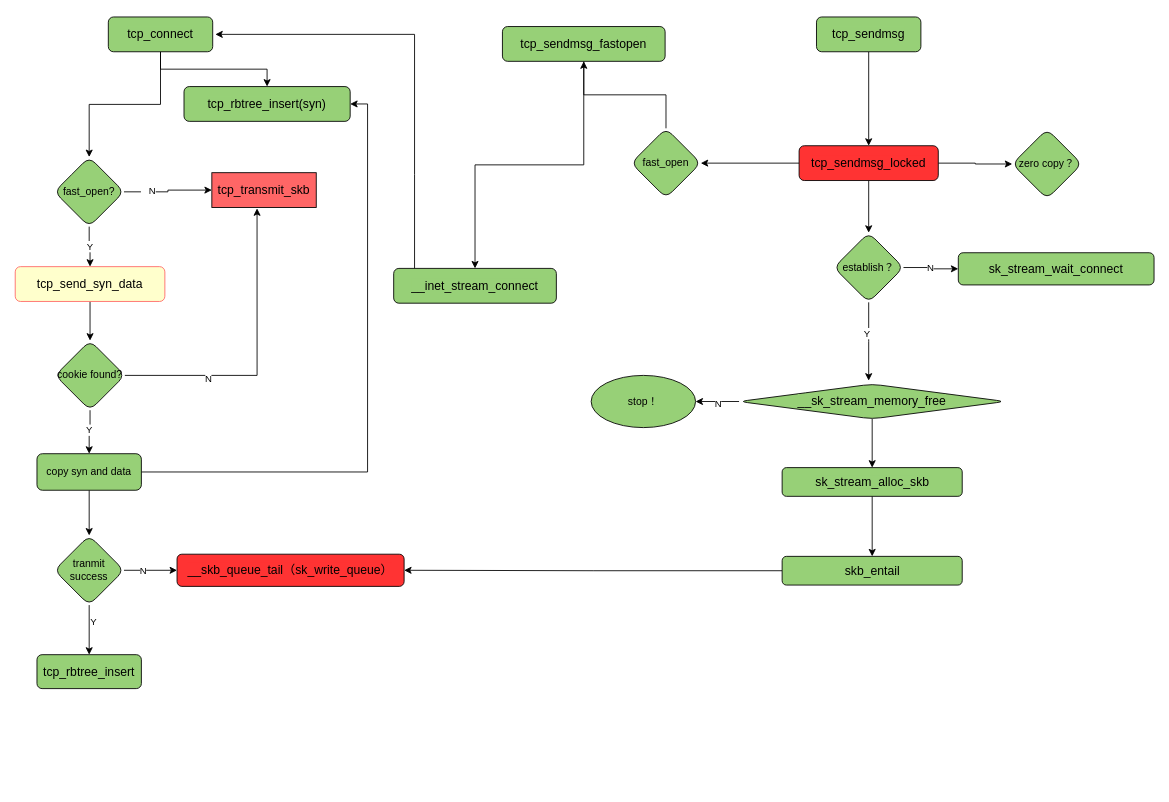
Earlier version of the draw.io diagram linux-kernel/tcp.drawio (byrcoder/essay). Source tidied: cells renumbered, new cells numbered last; positions are measured from the earlier drawing's top-left corner, leaving out a move shared by most shapes. Both pictures are drawn from the tidied source at 87%, with x=0, y=0 at pixel (15, 17).
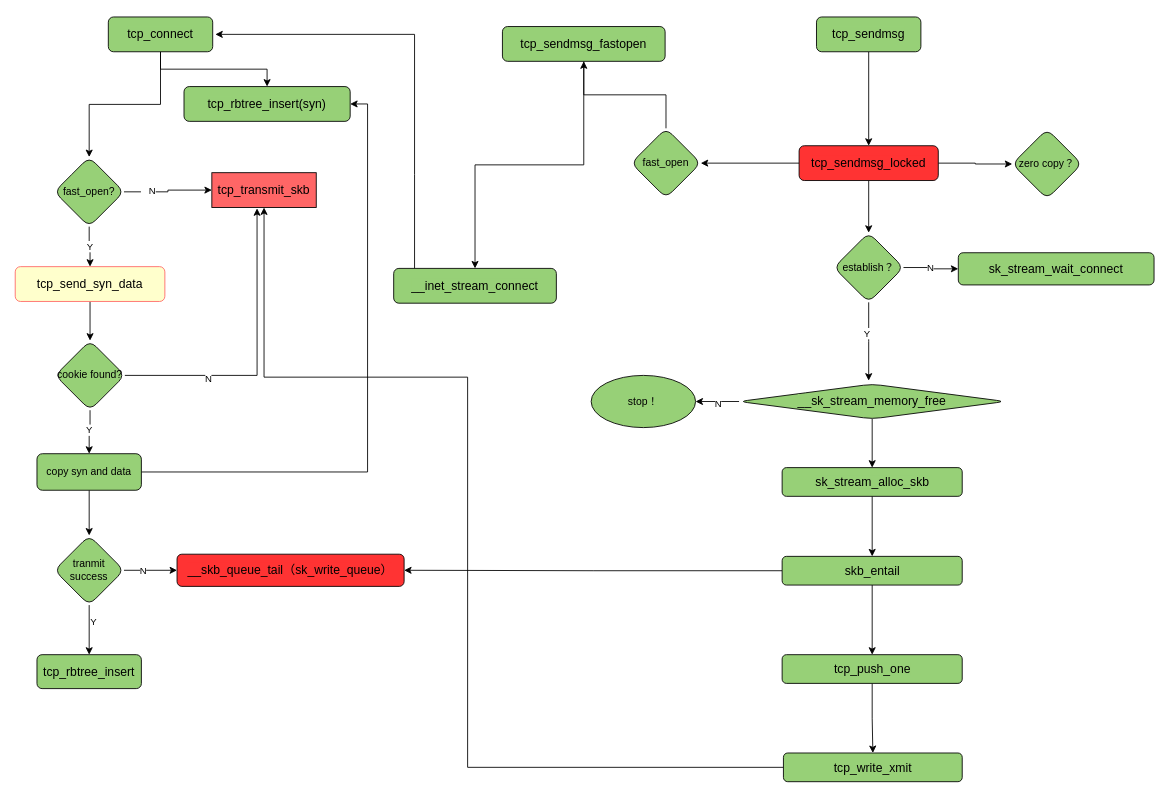
After the change.

The change refers to these unchanged cells:
```xml
<mxCell id="5" value="&lt;pre style=&quot;font-family: &amp;quot;jetbrains mono&amp;quot; ; font-size: 10.5pt&quot;&gt;&lt;span style=&quot;background-color: rgb(255 , 102 , 102)&quot;&gt;tcp_transmit_skb&lt;/span&gt;&lt;/pre&gt;" style="rounded=1;whiteSpace=wrap;html=1;fontSize=12;glass=0;strokeWidth=1;shadow=0;fillColor=#FF6666;arcSize=0;fontColor=#000000;" parent="1" vertex="1">
  <mxGeometry x="226" y="179" width="120" height="40" as="geometry" />
</mxCell>
<mxCell id="55" value="&lt;pre style=&quot;font-family: &amp;#34;jetbrains mono&amp;#34; ; font-size: 10.5pt&quot;&gt;&lt;pre style=&quot;font-family: &amp;#34;jetbrains mono&amp;#34; ; font-size: 10.5pt&quot;&gt;&lt;span style=&quot;background-color: rgb(151 , 208 , 119)&quot;&gt;skb_entail&lt;/span&gt;&lt;/pre&gt;&lt;/pre&gt;" style="whiteSpace=wrap;html=1;fillColor=#97D077;fontColor=#000000;rounded=1;glass=0;strokeWidth=1;shadow=0;" parent="1" vertex="1">
  <mxGeometry x="881.5" y="620" width="207" height="33" as="geometry" />
</mxCell>
```

The edit, as a diff of the source:
```diff
@@
+    <mxCell id="56" style="edgeStyle=orthogonalEdgeStyle;rounded=0;jettySize=auto;html=1;" parent="1" edge="1" source="55" target="58">
+      <mxGeometry relative="1" as="geometry" />
+    </mxCell>
@@
+    <mxCell id="57" style="edgeStyle=orthogonalEdgeStyle;rounded=0;jettySize=auto;html=1;" parent="1" edge="1" source="58" target="60">
+      <mxGeometry relative="1" as="geometry" />
+    </mxCell>
+    <mxCell id="58" value="&lt;pre style=&quot;font-family: &amp;#34;jetbrains mono&amp;#34; ; font-size: 10.5pt&quot;&gt;&lt;pre style=&quot;font-family: &amp;#34;jetbrains mono&amp;#34; ; font-size: 10.5pt&quot;&gt;&lt;pre style=&quot;font-family: &amp;#34;jetbrains mono&amp;#34; ; font-size: 10.5pt&quot;&gt;&lt;pre style=&quot;font-family: &amp;#34;jetbrains mono&amp;#34; ; font-size: 10.5pt&quot;&gt;&lt;span style=&quot;background-color: rgb(151 , 208 , 119)&quot;&gt;tcp_push_one&lt;/span&gt;&lt;/pre&gt;&lt;/pre&gt;&lt;/pre&gt;&lt;/pre&gt;" style="whiteSpace=wrap;html=1;fillColor=#97D077;fontColor=#000000;rounded=1;glass=0;strokeWidth=1;shadow=0;" parent="1" vertex="1">
+      <mxGeometry x="881.5" y="733" width="207" height="33" as="geometry" />
+    </mxCell>
+    <mxCell id="59" style="edgeStyle=orthogonalEdgeStyle;rounded=0;jettySize=auto;html=1;" parent="1" edge="1" source="60" target="5">
+      <mxGeometry relative="1" as="geometry">
+        <Array as="points">
+          <mxPoint x="520" y="863" />
+          <mxPoint x="520" y="414" />
+          <mxPoint x="286" y="414" />
+        </Array>
+      </mxGeometry>
+    </mxCell>
+    <mxCell id="60" value="&lt;pre style=&quot;font-family: &amp;#34;jetbrains mono&amp;#34; ; font-size: 10.5pt&quot;&gt;&lt;pre style=&quot;font-family: &amp;#34;jetbrains mono&amp;#34; ; font-size: 10.5pt&quot;&gt;&lt;pre style=&quot;font-family: &amp;#34;jetbrains mono&amp;#34; ; font-size: 10.5pt&quot;&gt;&lt;pre style=&quot;font-family: &amp;#34;jetbrains mono&amp;#34; ; font-size: 10.5pt&quot;&gt;&lt;pre style=&quot;font-family: &amp;#34;jetbrains mono&amp;#34; ; font-size: 10.5pt&quot;&gt;&lt;span style=&quot;background-color: rgb(151 , 208 , 119)&quot;&gt;tcp_write_xmit&lt;/span&gt;&lt;/pre&gt;&lt;/pre&gt;&lt;/pre&gt;&lt;/pre&gt;&lt;/pre&gt;" style="whiteSpace=wrap;html=1;fillColor=#97D077;fontColor=#000000;rounded=1;glass=0;strokeWidth=1;shadow=0;" parent="1" vertex="1">
+      <mxGeometry x="883" y="846" width="205.5" height="33" as="geometry" />
+    </mxCell>
```
